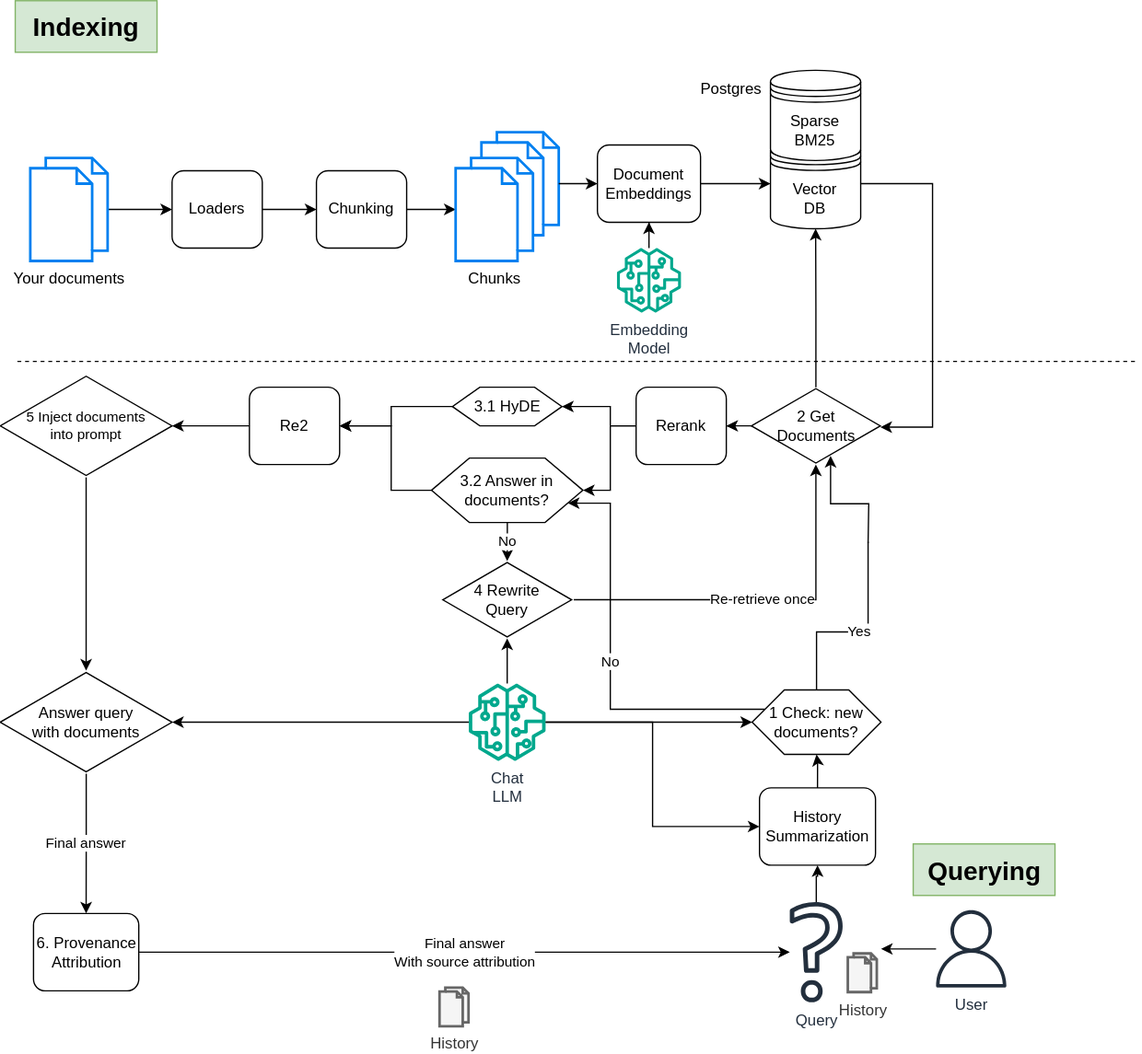
Before: ragmeup.drawio.svg, a diagram exported from draw.io (ErikTromp/RAGMeUp). Source tidied: cells renumbered, new cells last; positions are measured from the earlier drawing's top-left corner, leaving out a move shared by most shapes.
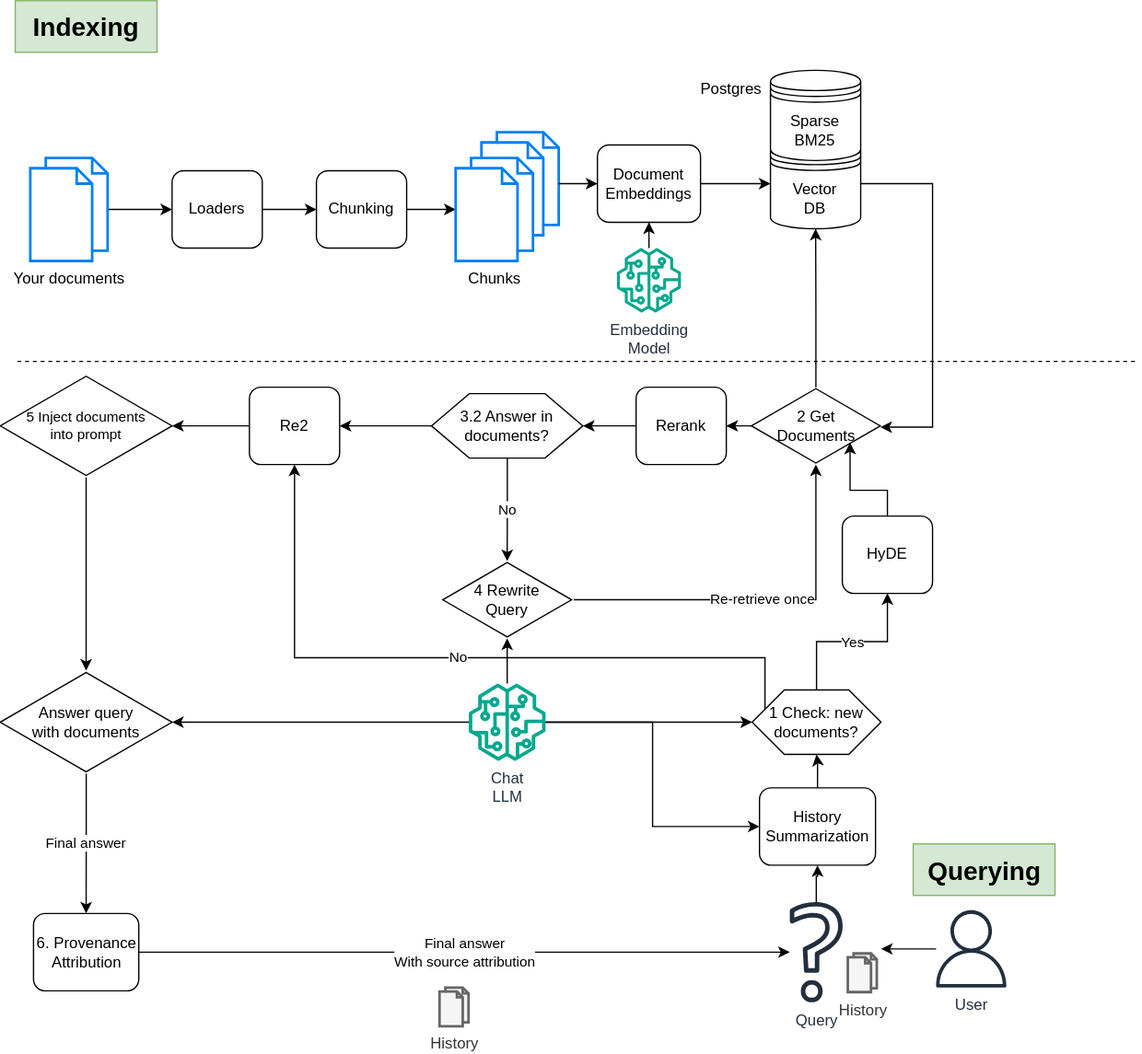
The same diagram one commit later.

What changed in the source:
```diff
@@ -67,10 +67,14 @@
     <mxCell id="22" style="edgeStyle=orthogonalEdgeStyle;rounded=0;jettySize=auto;html=1;" parent="1" edge="1" source="44" target="37">
       <mxGeometry relative="1" as="geometry" />
     </mxCell>
+    <mxCell id="55" value="Yes" style="edgeStyle=orthogonalEdgeStyle;rounded=0;jettySize=auto;html=1;exitX=0.5;exitY=0;exitDx=0;exitDy=0;entryX=0.5;entryY=1;entryDx=0;entryDy=0;" parent="1" edge="1" source="24" target="63">
+      <mxGeometry relative="1" as="geometry" />
+    </mxCell>
-    <mxCell id="23" value="No" style="edgeStyle=elbowEdgeStyle;rounded=0;jettySize=auto;html=1;exitX=0;exitY=0.25;exitDx=0;exitDy=0;entryX=1;entryY=0.75;entryDx=0;entryDy=0;" parent="1" edge="1" source="24" target="33">
+    <mxCell id="23" value="No" style="edgeStyle=orthogonalEdgeStyle;rounded=0;jettySize=auto;html=1;exitX=0;exitY=0.25;exitDx=0;exitDy=0;entryX=0.5;entryY=1;entryDx=0;entryDy=0;" parent="1" edge="1" source="24" target="49">
       <mxGeometry relative="1" as="geometry">
         <Array as="points">
-          <mxPoint x="473" y="410" />
+          <mxPoint x="593" y="510" />
+          <mxPoint x="228" y="510" />
         </Array>
       </mxGeometry>
     </mxCell>
@@ -103,16 +107,11 @@
     <mxCell id="31" value="No" style="edgeStyle=orthogonalEdgeStyle;rounded=0;jettySize=auto;html=1;" parent="1" edge="1" source="33" target="34">
       <mxGeometry relative="1" as="geometry" />
     </mxCell>
-    <mxCell id="32" style="edgeStyle=orthogonalEdgeStyle;rounded=0;jettySize=auto;html=1;" parent="1" edge="1" source="33" target="49">
-      <mxGeometry relative="1" as="geometry">
-        <Array as="points">
-          <mxPoint x="303" y="380" />
-          <mxPoint x="303" y="330" />
-        </Array>
-      </mxGeometry>
+    <mxCell id="32" style="edgeStyle=orthogonalEdgeStyle;rounded=0;jettySize=auto;html=1;exitX=0;exitY=0.5;exitDx=0;exitDy=0;entryX=1;entryY=0.5;entryDx=0;entryDy=0;" parent="1" edge="1" source="33" target="49">
+      <mxGeometry relative="1" as="geometry" />
     </mxCell>
     <mxCell id="33" value="3.2 Answer in documents?" style="shape=hexagon;perimeter=hexagonPerimeter2;whiteSpace=wrap;html=1;size=0.25;" parent="1" vertex="1">
-      <mxGeometry x="334.2" y="355" width="117.5" height="50" as="geometry" />
+      <mxGeometry x="334.2" y="305" width="117.5" height="50" as="geometry" />
     </mxCell>
     <mxCell id="34" value="&lt;div&gt;4 Rewrite&lt;/div&gt;&lt;div&gt;Query&lt;br&gt;&lt;/div&gt;" style="html=1;whiteSpace=wrap;shape=isoRectangle;" parent="1" vertex="1">
       <mxGeometry x="343" y="435" width="100" height="60" as="geometry" />
@@ -132,13 +131,8 @@
     <mxCell id="39" value="History" style="html=1;verticalLabelPosition=bottom;align=center;labelBackgroundColor=#ffffff;verticalAlign=top;strokeWidth=2;strokeColor=#666666;shadow=0;dashed=0;shape=mxgraph.ios7.icons.documents;fillColor=#f5f5f5;fontColor=#333333;" parent="1" vertex="1">
       <mxGeometry x="340.5" y="766" width="22.5" height="30" as="geometry" />
     </mxCell>
-    <mxCell id="40" style="edgeStyle=orthogonalEdgeStyle;rounded=0;jettySize=auto;html=1;" parent="1" edge="1" source="41" target="33">
-      <mxGeometry relative="1" as="geometry">
-        <Array as="points">
-          <mxPoint x="473" y="330" />
-          <mxPoint x="473" y="380" />
-        </Array>
-      </mxGeometry>
+    <mxCell id="40" style="edgeStyle=orthogonalEdgeStyle;rounded=0;jettySize=auto;html=1;exitX=0;exitY=0.5;exitDx=0;exitDy=0;entryX=1;entryY=0.5;entryDx=0;entryDy=0;" parent="1" edge="1" source="41" target="33">
+      <mxGeometry relative="1" as="geometry" />
     </mxCell>
     <mxCell id="41" value="Rerank" style="rounded=1;whiteSpace=wrap;html=1;" parent="1" vertex="1">
       <mxGeometry x="493" y="300" width="70" height="60" as="geometry" />
@@ -179,24 +173,9 @@
     <mxCell id="52" value="Postgres" style="text;html=1;align=center;verticalAlign=middle;whiteSpace=wrap;rounded=0;" parent="1" vertex="1">
       <mxGeometry x="537.2" y="54" width="60" height="30" as="geometry" />
     </mxCell>
-    <mxCell id="53" style="edgeStyle=orthogonalEdgeStyle;rounded=0;jettySize=auto;html=1;entryX=0.614;entryY=0.888;entryDx=0;entryDy=0;entryPerimeter=0;" parent="1" edge="1" target="29">
-      <mxGeometry relative="1" as="geometry">
-        <mxPoint x="673" y="421" as="sourcePoint" />
-      </mxGeometry>
-    </mxCell>
     <mxCell id="54" value="Re-retrieve once" style="edgeStyle=orthogonalEdgeStyle;rounded=0;jettySize=auto;html=1;exitX=1.016;exitY=0.5;exitDx=0;exitDy=0;exitPerimeter=0;" parent="1" edge="1" source="34" target="29">
       <mxGeometry relative="1" as="geometry" />
     </mxCell>
-    <mxCell id="55" value="Yes" style="endArrow=none;html=1;rounded=0;exitX=0.5;exitY=0;exitDx=0;exitDy=0;" parent="1" edge="1" source="24">
-      <mxGeometry relative="1" as="geometry">
-        <mxPoint x="673" y="420" as="targetPoint" />
-        <Array as="points">
-          <mxPoint x="633" y="490" />
-          <mxPoint x="653" y="490" />
-          <mxPoint x="673" y="490" />
-        </Array>
-      </mxGeometry>
-    </mxCell>
     <mxCell id="56" style="edgeStyle=orthogonalEdgeStyle;rounded=0;jettySize=auto;html=1;exitX=0.5;exitY=0;exitDx=0;exitDy=0;" parent="1" edge="1" source="57" target="24">
       <mxGeometry relative="1" as="geometry" />
     </mxCell>
@@ -206,24 +185,11 @@
     <mxCell id="58" style="edgeStyle=orthogonalEdgeStyle;rounded=0;jettySize=auto;html=1;entryX=0;entryY=0.5;entryDx=0;entryDy=0;" parent="1" edge="1" source="44" target="57">
       <mxGeometry relative="1" as="geometry" />
     </mxCell>
-    <mxCell id="59" style="edgeStyle=orthogonalEdgeStyle;rounded=0;jettySize=auto;html=1;exitX=0;exitY=0.5;exitDx=0;exitDy=0;entryX=1;entryY=0.5;entryDx=0;entryDy=0;" parent="1" edge="1" source="60" target="49">
-      <mxGeometry relative="1" as="geometry">
-        <Array as="points">
-          <mxPoint x="303" y="315" />
-          <mxPoint x="303" y="330" />
-        </Array>
-      </mxGeometry>
-    </mxCell>
-    <mxCell id="60" value="3.1 HyDE" style="shape=hexagon;perimeter=hexagonPerimeter2;whiteSpace=wrap;html=1;size=0.25;" parent="1" vertex="1">
-      <mxGeometry x="350.5" y="300" width="85" height="30" as="geometry" />
-    </mxCell>
-    <mxCell id="61" style="edgeStyle=orthogonalEdgeStyle;rounded=0;jettySize=auto;html=1;entryX=1;entryY=0.5;entryDx=0;entryDy=0;exitX=0;exitY=0.5;exitDx=0;exitDy=0;" parent="1" edge="1" source="41" target="60">
-      <mxGeometry relative="1" as="geometry">
-        <Array as="points">
-          <mxPoint x="473" y="330" />
-          <mxPoint x="473" y="315" />
-        </Array>
-      </mxGeometry>
-    </mxCell>
+    <mxCell id="62" style="edgeStyle=orthogonalEdgeStyle;rounded=0;jettySize=auto;html=1;exitX=0.5;exitY=0;exitDx=0;exitDy=0;entryX=0.765;entryY=0.717;entryDx=0;entryDy=0;entryPerimeter=0;" parent="1" edge="1" source="63" target="29">
+      <mxGeometry relative="1" as="geometry" />
+    </mxCell>
+    <mxCell id="63" value="HyDE" style="rounded=1;whiteSpace=wrap;html=1;" parent="1" vertex="1">
+      <mxGeometry x="653" y="400" width="70" height="60" as="geometry" />
+    </mxCell>
   </root>
 </mxGraphModel>
```
